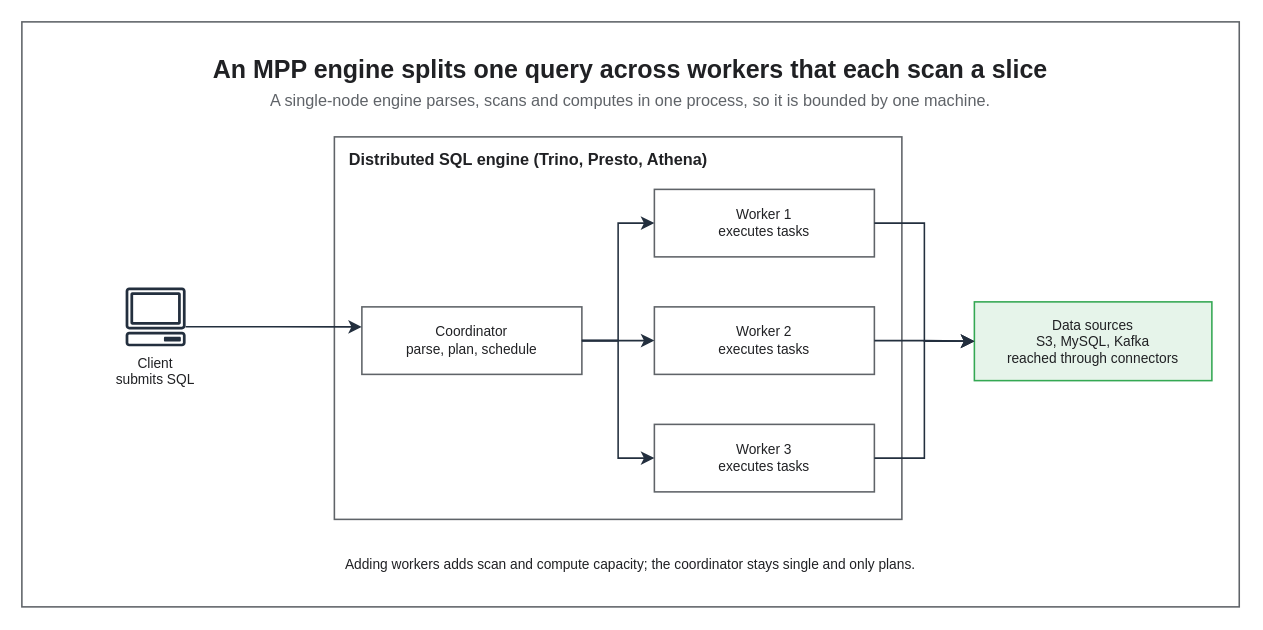
KKamJi98/kkamji98.github.io keeps this draw.io diagram as assets/img/aws/analytics-stack-03-distributed-sql-mpp.drawio. Above is the earlier version. Source tidied: cells renumbered, new cells numbered last; positions are measured from the earlier drawing's top-left corner, leaving out a move shared by most shapes. Both pictures are drawn from the tidied source at 125%, with x=0, y=0 at pixel (21, 21).
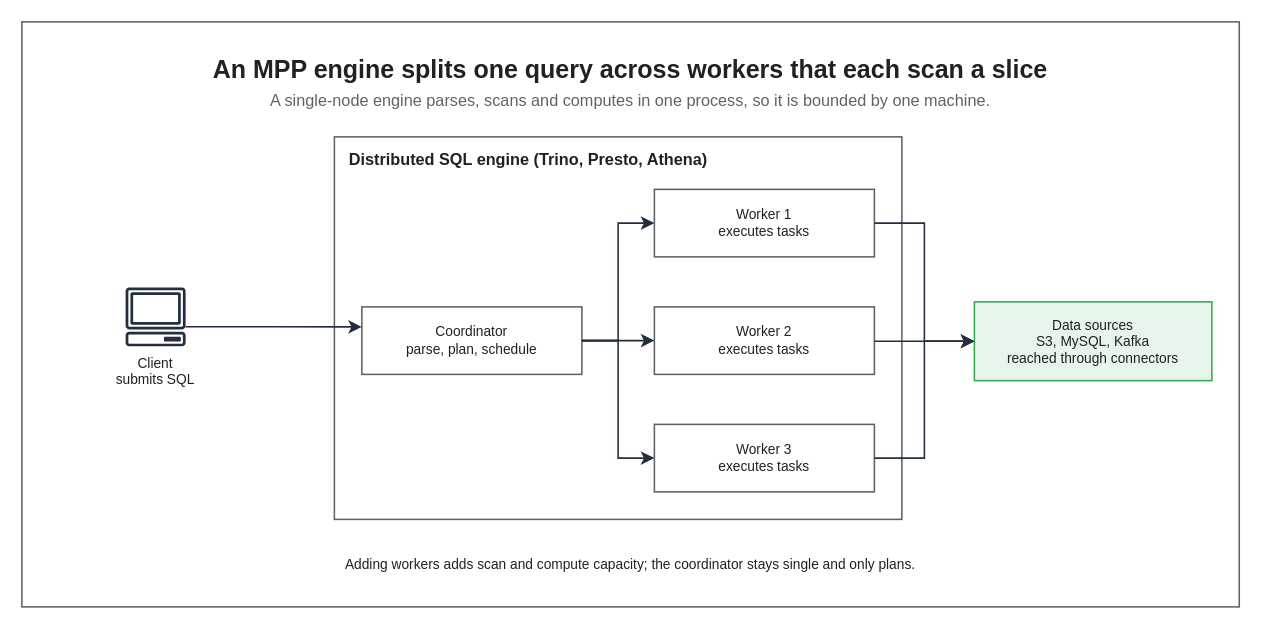
After the change.

The change refers to these unchanged cells:
```xml
<mxCell id="9" value="Worker 2&#10;executes tasks" style="rounded=0;whiteSpace=wrap;html=0;fillColor=#FFFFFF;strokeColor=#5F6368;fontColor=#202124;fontSize=11;fontStyle=0;align=center;verticalAlign=middle;spacingLeft=6;spacingRight=6;strokeWidth=1.25;" parent="1" vertex="1">
  <mxGeometry x="506" y="228" width="176" height="54" as="geometry" />
</mxCell>
<mxCell id="11" value="Data sources&#10;S3, MySQL, Kafka&#10;reached through connectors" style="rounded=0;whiteSpace=wrap;html=0;fillColor=#E6F4EA;strokeColor=#34A853;fontColor=#202124;fontSize=11;fontStyle=0;align=center;verticalAlign=middle;spacingLeft=6;spacingRight=6;strokeWidth=1.25;" parent="1" vertex="1">
  <mxGeometry x="762" y="224" width="190" height="63" as="geometry" />
</mxCell>
```

The edit, as a diff of the source:
```diff
@@
-    <mxCell id="18" style="edgeStyle=orthogonalEdgeStyle;rounded=0;html=0;strokeColor=#232F3E;strokeWidth=1.25;endArrow=classic;endFill=1;endSize=7;fontSize=11;fontColor=#202124;labelBackgroundColor=none;jettySize=14;exitX=1;exitY=0.5;entryX=0;entryY=0.5;exitDx=0;exitDy=0;entryDx=0;entryDy=0;" parent="1" edge="1" source="9" target="11">
+    <mxCell id="18" style="edgeStyle=orthogonalEdgeStyle;rounded=0;html=0;strokeColor=#232F3E;strokeWidth=1.25;endArrow=classic;endFill=1;endSize=7;fontSize=11;fontColor=#202124;labelBackgroundColor=none;jettySize=14;exitX=1;exitY=0.5093;entryX=0;entryY=0.5;exitDx=0;exitDy=0;entryDx=0;entryDy=0;" parent="1" edge="1" source="9" target="11">
       <mxGeometry relative="1" as="geometry" />
     </mxCell>
```
